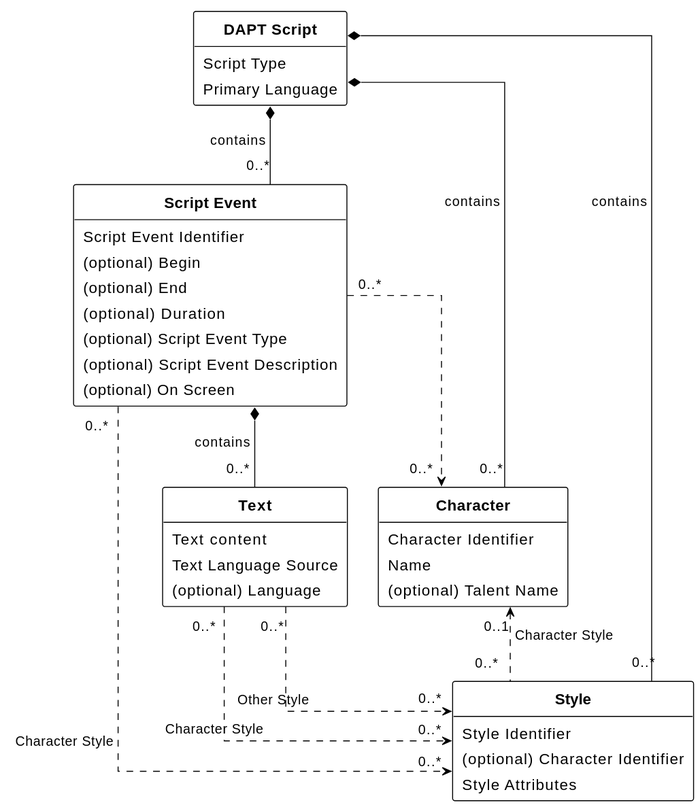
Earlier version of the PlantUML export figures/class-diagram.svg (w3c/dapt).
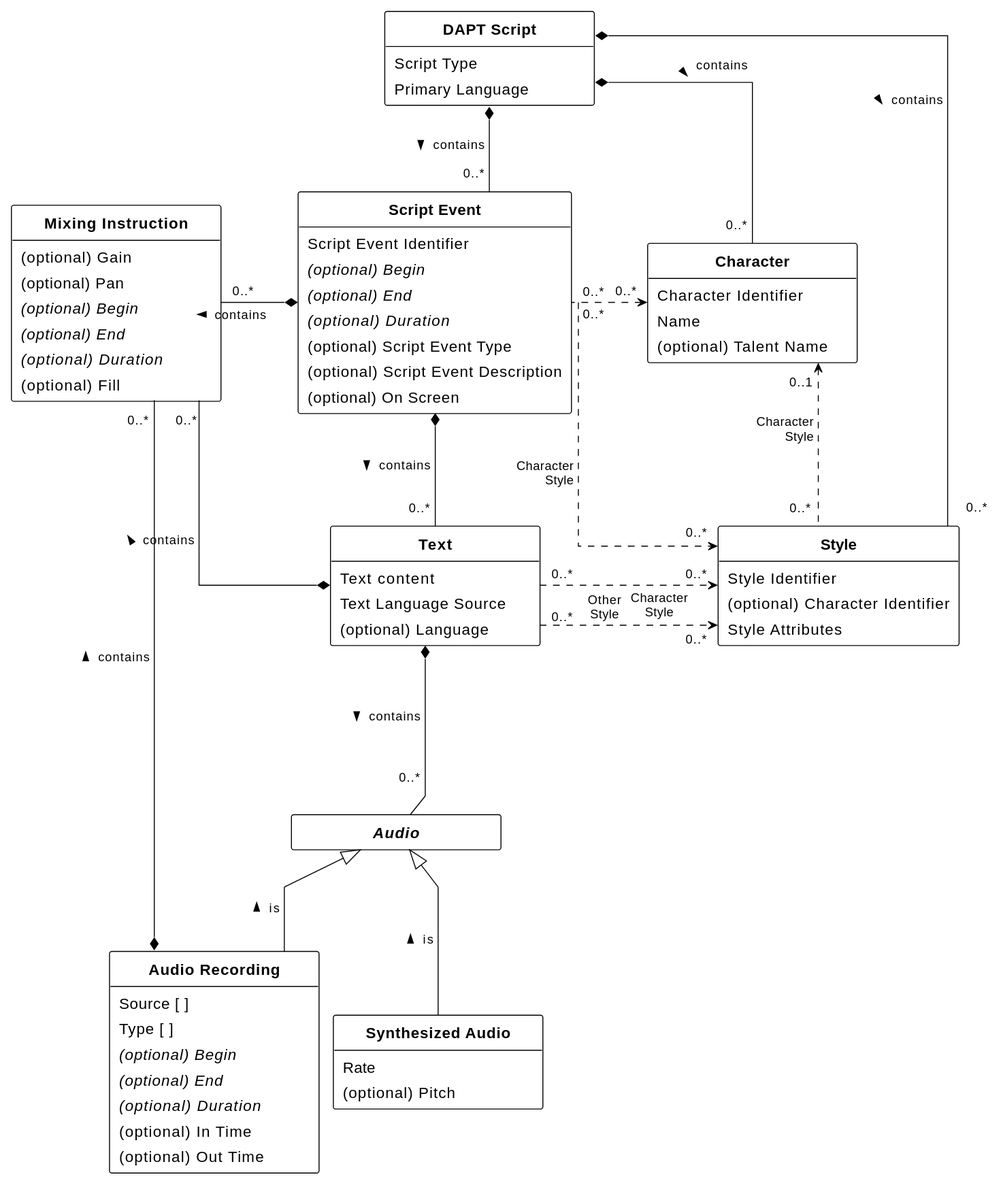
Above is the later version.

What changed in the source:
```diff
@@ -1,14 +1,16 @@
-@startuml
+@startuml class-diagram
 !theme plain
 !pragma ratio 1.3
+skinparam groupInheritance 2
 skinparam linetype ortho
 skinparam DefaultFontName sans-serif
 skinparam DefaultFontSize 16
-skinparam ArrowFontSize 14
+skinparam ArrowFontSize 13
 skinparam ArrowMessageAlignment direction
 skinparam Padding 4
-skinparam Nodesep 2
-skinparam Ranksep 0
+skinparam Nodesep 15
+skinparam Ranksep 20
+skinparam MinClassWidth 220
 
 together {
     Class DAPTScript as "**DAPT Script**" [[#dapt-script]] {
@@ -18,9 +20,9 @@
 
     Class ScriptEvent as "**Script Event**" [[#script-event]] {
         Script Event Identifier [[[#dfn-script-event-identifier]]]
-        {field} (optional) Begin [[[#dfn-begin]]]
-        {field} (optional) End [[[#dfn-end]]]
-        {field} (optional) Duration [[[#dfn-duration]]]
+        {field} {abstract} (optional) Begin [[[#dfn-begin]]]
+        {field} {abstract} (optional) End [[[#dfn-end]]]
+        {field} {abstract} (optional) Duration [[[#dfn-duration]]]
         {field} (optional) Script Event Type [[[#dfn-script-event-type]]]
         {field} (optional) Script Event Description [[[#dfn-script-event-description]]]
         {field} (optional) On Screen [[[#on-screen]]]
@@ -45,17 +47,58 @@
     Style Attributes
 }
 
-DAPTScript *-down- "0..*" ScriptEvent : contains
-DAPTScript *-right- "0..*" Character : contains
-DAPTScript *-right- "0..*" Style : contains
-Character "0..1" <.down. "0..*" Style [[#dfn-character-style]] : Character Style
-ScriptEvent "0..*" .right.> "0..*" Style [[#dfn-character-style]] : Character Style
-Text "0..*" .right.> "0..*" Style [[#dfn-character-style]] : Character Style
-Text "0..*" .right.> "0..*" Style : Other Style
-ScriptEvent *-down- "0..*" Text : contains
-ScriptEvent "0..*" ..> "0..*" Character
+together {
+    abstract Class Audio as "**Audio**" [[#dfn-audio]] {
+    }
 
-DAPTScript -[hidden]r- Style
+    Class SynthesizedAudio as "**Synthesized Audio**" [[#dfn-synthesized-audio]] {
+        Rate [[[#dfn-rate]]]
+        {field} (optional) Pitch [[[#dfn-pitch]]]
+    }
+
+    Class AudioRecording as "**Audio Recording**" [[#dfn-audio-recording]] {
+        Source [ ] [[[#dfn-source]]]
+        Type [ ] [[[#dfn-type]]]
+        {field} {abstract} (optional) Begin [[[#dfn-begin]]]
+        {field} {abstract} (optional) End [[[#dfn-end]]]
+        {field} {abstract} (optional) Duration [[[#dfn-duration]]]
+        {field} (optional) In Time [[[#dfn-in-time]]]
+        {field} (optional) Out Time [[[#dfn-out-time]]]
+    }
+
+}
+
+class MixingInstruction as "**Mixing Instruction**" [[#dfn-mixing-instruction]] {
+    {field} (optional) Gain [[[#dfn-gain]]]
+    {field} (optional) Pan [[[#dfn-pan]]]
+    {field} {abstract} (optional) Begin [[[#dfn-begin]]]
+    {field} {abstract} (optional) End [[[#dfn-end]]]
+    {field} {abstract} (optional) Duration [[[#dfn-duration]]]
+    {field} (optional) Fill [[[#dfn-fill]]]
+}
+
+
+
+DAPTScript *-down- "0..* " ScriptEvent : contains >
+DAPTScript *-right- "0..*" Character : contains\r >
+DAPTScript *-right- "0..*  " Style : contains >
+Character "0..1  " <.down. "0..*" Style [[#dfn-character-style]] : Character\rStyle
+ScriptEvent "0..*" .right.> "0..*" Style [[#dfn-character-style]] : Character\rStyle
+ScriptEvent *-left- "0..*" MixingInstruction : contains >
+Text "0..*" .right.> "0..*" Style [[#dfn-character-style]] : Character\nStyle
+Text "0..*" .right.> "0..*" Style : Other\nStyle
+Text *-down- "0..* " Audio : contains >
+Text *-left- "0..* " MixingInstruction : contains >
+ScriptEvent *-down- "0..*" Text : contains >
+ScriptEvent "0..*" .left.> "0..*" Character
+AudioRecording *-left- "0..* " MixingInstruction : contains >
+Audio <|-- SynthesizedAudio : is <
+Audio <|-- AudioRecording : is <
+
+SynthesizedAudio -[hidden]r- AudioRecording
+
+DAPTScript -[hidden]right- Style
+Character -[hidden]down- Style
 
 hide empty members
 hide circle
```
